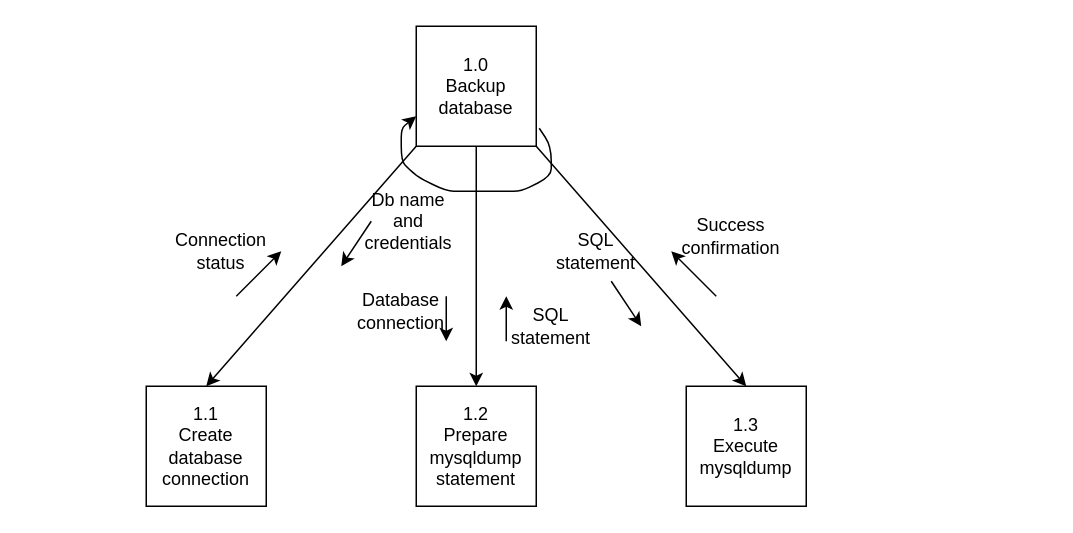
Earlier version of the draw.io diagram Diagrams/StructureCharts/backupStructDiag.drawio (Harlento/SchedulingSystem). Source tidied: cells renumbered, new cells numbered last; positions are measured from the earlier drawing's top-left corner, leaving out a move shared by most shapes. Both pictures are drawn from the tidied source at 150%, with x=0, y=0 at pixel (146, 26).
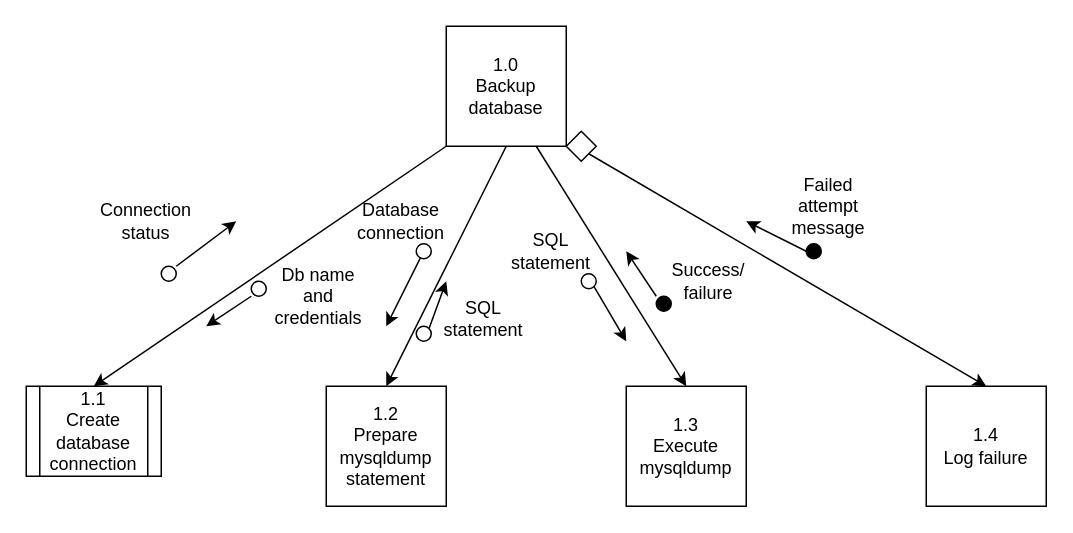
The same diagram, later.

What changed in the source:
```diff
@@
-    <mxCell id="2" value="1.1&lt;br&gt;Create database connection" style="whiteSpace=wrap;html=1;" parent="1" vertex="1">
-      <mxGeometry y="240" width="80" height="80" as="geometry" />
-    </mxCell>
     <mxCell id="3" value="1.0&lt;br&gt;Backup database" style="whiteSpace=wrap;html=1;" parent="1" vertex="1">
-      <mxGeometry x="180" width="80" height="80" as="geometry" />
+      <mxGeometry x="200" width="80" height="80" as="geometry" />
     </mxCell>
     <mxCell id="4" value="1.3&lt;br&gt;Execute mysqldump" style="whiteSpace=wrap;html=1;" parent="1" vertex="1">
-      <mxGeometry x="360" y="240" width="80" height="80" as="geometry" />
+      <mxGeometry x="320" y="240" width="80" height="80" as="geometry" />
     </mxCell>
-    <mxCell id="5" style="endArrow=classic;html=1;entryX=0.5;entryY=0;entryDx=0;entryDy=0;exitX=0;exitY=1;exitDx=0;exitDy=0;" parent="1" edge="1" source="3" target="2">
+    <mxCell id="5" style="endArrow=classic;html=1;exitX=0;exitY=1;exitDx=0;exitDy=0;entryX=0.5;entryY=0;entryDx=0;entryDy=0;" parent="1" edge="1" source="3" target="2">
       <mxGeometry relative="1" as="geometry" />
     </mxCell>
-    <mxCell id="6" style="endArrow=classic;html=1;entryX=0.5;entryY=0;entryDx=0;entryDy=0;exitX=1;exitY=1;exitDx=0;exitDy=0;" parent="1" edge="1" source="3" target="4">
+    <mxCell id="6" style="endArrow=classic;html=1;entryX=0.5;entryY=0;entryDx=0;entryDy=0;exitX=0.75;exitY=1;exitDx=0;exitDy=0;" parent="1" edge="1" source="3" target="4">
       <mxGeometry relative="1" as="geometry" />
     </mxCell>
     <mxCell id="7" style="endArrow=classic;html=1;" parent="1" edge="1">
       <mxGeometry relative="1" as="geometry">
-        <mxPoint x="60" y="180" as="sourcePoint" />
-        <mxPoint x="90" y="150" as="targetPoint" />
+        <mxPoint x="20" y="160" as="sourcePoint" />
+        <mxPoint x="60" y="130" as="targetPoint" />
       </mxGeometry>
     </mxCell>
     <mxCell id="8" style="endArrow=classic;html=1;" parent="1" edge="1">
       <mxGeometry relative="1" as="geometry">
-        <mxPoint x="380" y="180" as="sourcePoint" />
-        <mxPoint x="350" y="150" as="targetPoint" />
+        <mxPoint x="340" y="180" as="sourcePoint" />
+        <mxPoint x="320" y="150" as="targetPoint" />
       </mxGeometry>
     </mxCell>
-    <mxCell id="9" style="endArrow=classic;html=1;" parent="1" edge="1">
+    <mxCell id="9" style="endArrow=classic;html=1;exitX=1;exitY=1;exitDx=0;exitDy=0;" parent="1" edge="1" source="28">
       <mxGeometry relative="1" as="geometry">
-        <mxPoint x="310" y="170" as="sourcePoint" />
-        <mxPoint x="330" y="200" as="targetPoint" />
+        <mxPoint x="320" y="210" as="targetPoint" />
       </mxGeometry>
     </mxCell>
     <mxCell id="10" value="Connection&lt;br&gt;status" style="text;html=1;strokeColor=none;fillColor=none;align=center;verticalAlign=middle;whiteSpace=wrap;rounded=0;" parent="1" vertex="1">
-      <mxGeometry x="10" y="140" width="80" height="20" as="geometry" />
+      <mxGeometry x="-40" y="120" width="80" height="20" as="geometry" />
     </mxCell>
     <mxCell id="11" value="SQL statement" style="text;html=1;strokeColor=none;fillColor=none;align=center;verticalAlign=middle;whiteSpace=wrap;rounded=0;" parent="1" vertex="1">
-      <mxGeometry x="280" y="140" width="40" height="20" as="geometry" />
+      <mxGeometry x="250" y="140" width="40" height="20" as="geometry" />
     </mxCell>
-    <mxCell id="12" value="Success confirmation" style="text;html=1;strokeColor=none;fillColor=none;align=center;verticalAlign=middle;whiteSpace=wrap;rounded=0;" parent="1" vertex="1">
-      <mxGeometry x="370" y="130" width="40" height="20" as="geometry" />
+    <mxCell id="12" value="Success/&lt;br&gt;failure" style="text;html=1;strokeColor=none;fillColor=none;align=center;verticalAlign=middle;whiteSpace=wrap;rounded=0;" parent="1" vertex="1">
+      <mxGeometry x="350" y="160" width="50" height="20" as="geometry" />
     </mxCell>
     <mxCell id="13" value="1.2&lt;br&gt;Prepare mysqldump statement" style="whiteSpace=wrap;html=1;" parent="1" vertex="1">
-      <mxGeometry x="180" y="240" width="80" height="80" as="geometry" />
+      <mxGeometry x="120" y="240" width="80" height="80" as="geometry" />
     </mxCell>
@@
-    <mxCell id="15" style="endArrow=classic;html=1;" parent="1" edge="1">
+    <mxCell id="15" style="endArrow=classic;html=1;" parent="1" edge="1" source="30">
       <mxGeometry relative="1" as="geometry">
-        <mxPoint x="200" y="180" as="sourcePoint" />
-        <mxPoint x="200" y="210" as="targetPoint" />
+        <mxPoint x="160" y="200" as="targetPoint" />
       </mxGeometry>
     </mxCell>
-    <mxCell id="16" style="endArrow=classic;html=1;" parent="1" edge="1">
+    <mxCell id="16" style="endArrow=classic;html=1;exitX=1;exitY=0;exitDx=0;exitDy=0;" parent="1" edge="1" source="29">
       <mxGeometry relative="1" as="geometry">
-        <mxPoint x="240" y="210" as="sourcePoint" />
-        <mxPoint x="240" y="180" as="targetPoint" />
+        <mxPoint x="200" y="170" as="targetPoint" />
       </mxGeometry>
     </mxCell>
     <mxCell id="17" value="Database connection" style="text;html=1;strokeColor=none;fillColor=none;align=center;verticalAlign=middle;whiteSpace=wrap;rounded=0;" parent="1" vertex="1">
-      <mxGeometry x="140" y="180" width="60" height="20" as="geometry" />
+      <mxGeometry x="140" y="120" width="60" height="20" as="geometry" />
     </mxCell>
     <mxCell id="18" value="SQL statement" style="text;html=1;strokeColor=none;fillColor=none;align=center;verticalAlign=middle;whiteSpace=wrap;rounded=0;" parent="1" vertex="1">
-      <mxGeometry x="240" y="190" width="60" height="20" as="geometry" />
+      <mxGeometry x="195" y="185" width="60" height="20" as="geometry" />
     </mxCell>
-    <mxCell id="19" style="endArrow=classic;html=1;exitX=1.025;exitY=0.85;exitDx=0;exitDy=0;exitPerimeter=0;entryX=0;entryY=0.75;entryDx=0;entryDy=0;" parent="1" edge="1" source="3" target="3">
-      <mxGeometry relative="1" as="geometry">
-        <Array as="points">
-          <mxPoint x="270" y="80" />
-          <mxPoint x="270" y="100" />
-          <mxPoint x="250" y="110" />
-          <mxPoint x="240" y="110" />
-          <mxPoint x="220" y="110" />
-          <mxPoint x="200" y="110" />
-          <mxPoint x="180" y="100" />
-          <mxPoint x="170" y="90" />
-          <mxPoint x="170" y="68" />
-        </Array>
-      </mxGeometry>
-    </mxCell>
     <mxCell id="20" style="endArrow=classic;html=1;" parent="1" edge="1">
       <mxGeometry relative="1" as="geometry">
-        <mxPoint x="150" y="130" as="sourcePoint" />
-        <mxPoint x="130" y="160" as="targetPoint" />
+        <mxPoint x="70" y="180" as="sourcePoint" />
+        <mxPoint x="40" y="200" as="targetPoint" />
       </mxGeometry>
     </mxCell>
     <mxCell id="21" value="Db name and credentials" style="text;html=1;strokeColor=none;fillColor=none;align=center;verticalAlign=middle;whiteSpace=wrap;rounded=0;" parent="1" vertex="1">
-      <mxGeometry x="150" y="120" width="50" height="20" as="geometry" />
+      <mxGeometry x="90" y="170" width="50" height="20" as="geometry" />
     </mxCell>
+    <mxCell id="22" value="1.4&lt;br&gt;Log failure" style="whiteSpace=wrap;html=1;" parent="1" vertex="1">
+      <mxGeometry x="520" y="240" width="80" height="80" as="geometry" />
+    </mxCell>
+    <mxCell id="23" style="endArrow=classic;html=1;entryX=0.5;entryY=0;entryDx=0;entryDy=0;exitX=1;exitY=1;exitDx=0;exitDy=0;" parent="1" edge="1" source="34" target="22">
+      <mxGeometry relative="1" as="geometry" />
+    </mxCell>
+    <mxCell id="24" style="endArrow=classic;html=1;" parent="1" edge="1">
+      <mxGeometry relative="1" as="geometry">
+        <mxPoint x="440" y="150" as="sourcePoint" />
+        <mxPoint x="400" y="130" as="targetPoint" />
+      </mxGeometry>
+    </mxCell>
+    <mxCell id="25" value="Failed attempt message" style="text;html=1;strokeColor=none;fillColor=none;align=center;verticalAlign=middle;whiteSpace=wrap;rounded=0;" parent="1" vertex="1">
+      <mxGeometry x="420" y="110" width="70" height="20" as="geometry" />
+    </mxCell>
+    <mxCell id="26" style="ellipse;whiteSpace=wrap;html=1;fillColor=#000000;" parent="1" vertex="1">
+      <mxGeometry x="440" y="145" width="10" height="10" as="geometry" />
+    </mxCell>
+    <mxCell id="27" style="ellipse;whiteSpace=wrap;html=1;fillColor=#000000;" parent="1" vertex="1">
+      <mxGeometry x="340" y="180" width="10" height="10" as="geometry" />
+    </mxCell>
+    <mxCell id="28" style="ellipse;whiteSpace=wrap;html=1;fillColor=#FFFFFF;" parent="1" vertex="1">
+      <mxGeometry x="290" y="165" width="10" height="10" as="geometry" />
+    </mxCell>
+    <mxCell id="29" style="ellipse;whiteSpace=wrap;html=1;fillColor=#FFFFFF;" parent="1" vertex="1">
+      <mxGeometry x="180" y="200" width="10" height="10" as="geometry" />
+    </mxCell>
+    <mxCell id="30" style="ellipse;whiteSpace=wrap;html=1;fillColor=#FFFFFF;" parent="1" vertex="1">
+      <mxGeometry x="180" y="145" width="10" height="10" as="geometry" />
+    </mxCell>
+    <mxCell id="31" style="endArrow=classic;html=1;" parent="1" edge="1" target="30">
+      <mxGeometry relative="1" as="geometry">
+        <mxPoint x="180" y="150" as="sourcePoint" />
+      </mxGeometry>
+    </mxCell>
+    <mxCell id="32" style="ellipse;whiteSpace=wrap;html=1;fillColor=#FFFFFF;" parent="1" vertex="1">
+      <mxGeometry x="70" y="170" width="10" height="10" as="geometry" />
+    </mxCell>
+    <mxCell id="33" style="ellipse;whiteSpace=wrap;html=1;fillColor=#FFFFFF;" parent="1" vertex="1">
+      <mxGeometry x="10" y="160" width="10" height="10" as="geometry" />
+    </mxCell>
+    <mxCell id="2" value="&lt;span style=&quot;white-space: normal&quot;&gt;1.1&lt;/span&gt;&lt;br style=&quot;white-space: normal&quot;&gt;&lt;span style=&quot;white-space: normal&quot;&gt;Create database connection&lt;/span&gt;" style="shape=process;whiteSpace=wrap;html=1;backgroundOutline=1;fillColor=#FFFFFF;" parent="1" vertex="1">
+      <mxGeometry x="-80" y="240" width="90" height="60" as="geometry" />
+    </mxCell>
+    <mxCell id="34" style="rhombus;whiteSpace=wrap;html=1;fillColor=#FFFFFF;" parent="1" vertex="1">
+      <mxGeometry x="280" y="70" width="20" height="20" as="geometry" />
+    </mxCell>
```
